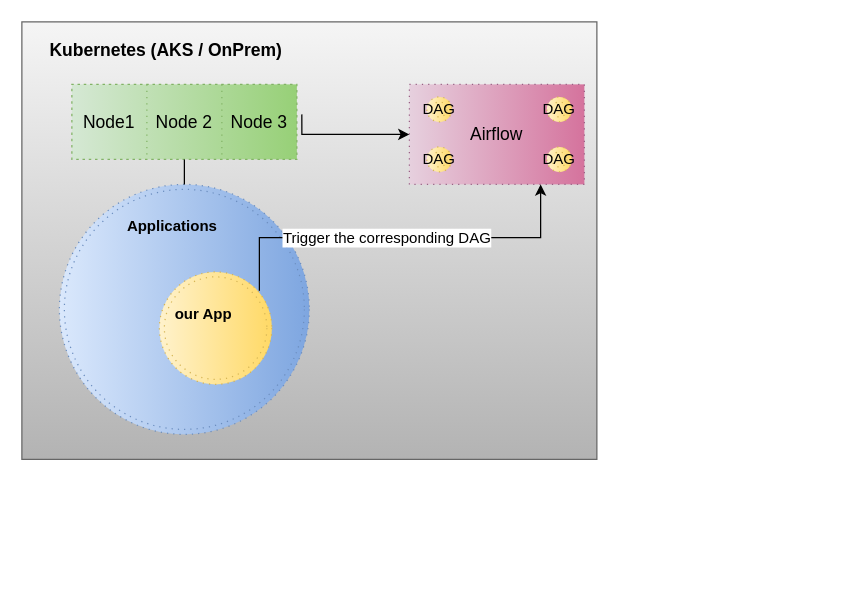
The draw.io diagram autoheal_k8s.drawio in nuthankumar/drawio, before the edit. Source tidied: cells renumbered, new cells numbered last; positions are measured from the earlier drawing's top-left corner, leaving out a move shared by most shapes. Both pictures are drawn from the tidied source at 125%, with x=0, y=0 at pixel (21, 21).
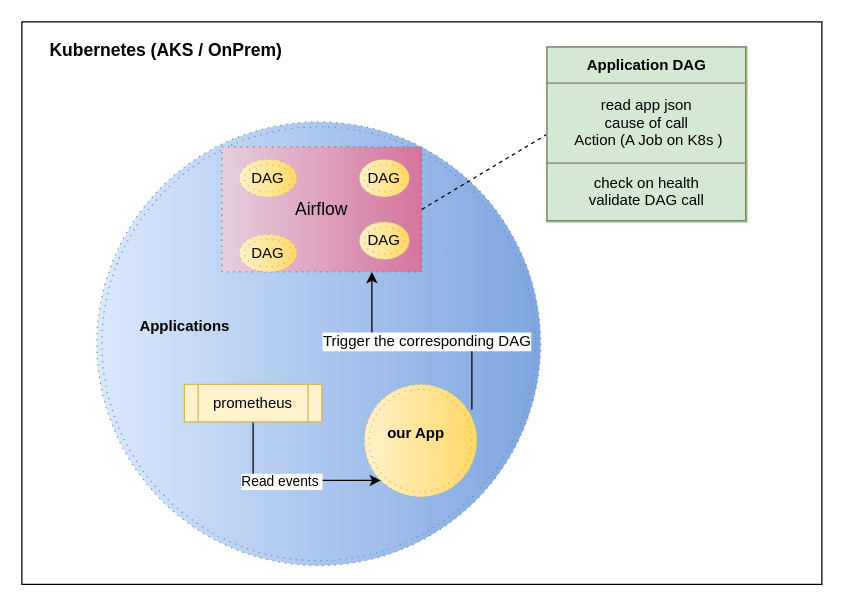
Above is the later version.

The change refers to these unchanged cells:
```xml
<mxCell id="18" style="edgeStyle=orthogonalEdgeStyle;rounded=0;jettySize=auto;html=1;exitX=1;exitY=0;exitDx=0;exitDy=0;entryX=0.75;entryY=1;entryDx=0;entryDy=0;fontSize=12;" parent="1" edge="1" source="20" target="4">
  <mxGeometry relative="1" as="geometry" />
</mxCell>
```

Diff of the diagram source:
```diff
@@
-    <mxCell id="2" style="rounded=0;whiteSpace=wrap;html=1;fillColor=#f5f5f5;strokeColor=#666666;gradientColor=#b3b3b3;" parent="1" vertex="1">
-      <mxGeometry width="460" height="350" as="geometry" />
+    <mxCell id="2" style="rounded=0;whiteSpace=wrap;html=1;" parent="1" vertex="1">
+      <mxGeometry width="640" height="450" as="geometry" />
     </mxCell>
+    <mxCell id="15" style="ellipse;shape=doubleEllipse;whiteSpace=wrap;html=1;dashed=1;dashPattern=1 4;fontSize=14;fillColor=#dae8fc;gradientColor=#7ea6e0;gradientDirection=east;strokeColor=#6c8ebf;" parent="1" vertex="1">
+      <mxGeometry x="60" y="80" width="355" height="355" as="geometry" />
+    </mxCell>
@@
     <mxCell id="4" value="Airflow" style="html=1;whiteSpace=wrap;dashed=1;dashPattern=1 4;fontSize=14;fillColor=#e6d0de;gradientColor=#d5739d;gradientDirection=east;strokeColor=#996185;" parent="1" vertex="1">
-      <mxGeometry x="310" y="50" width="140" height="80" as="geometry" />
+      <mxGeometry x="160" y="100" width="160" height="100" as="geometry" />
     </mxCell>
     <mxCell id="5" value="DAG" style="ellipse;shape=doubleEllipse;whiteSpace=wrap;html=1;dashed=1;dashPattern=1 4;fontSize=12;fillColor=#fff2cc;gradientColor=#ffd966;gradientDirection=east;strokeColor=#d6b656;" parent="4" vertex="1">
-      <mxGeometry x="14" y="50" width="20" height="20" as="geometry" />
+      <mxGeometry x="14" y="70" width="46" height="30" as="geometry" />
     </mxCell>
     <mxCell id="6" value="DAG" style="ellipse;shape=doubleEllipse;whiteSpace=wrap;html=1;dashed=1;dashPattern=1 4;fontSize=12;fillColor=#fff2cc;gradientColor=#ffd966;gradientDirection=east;strokeColor=#d6b656;" parent="4" vertex="1">
-      <mxGeometry x="14" y="10" width="20" height="20" as="geometry" />
+      <mxGeometry x="14" y="10" width="46" height="30" as="geometry" />
     </mxCell>
     <mxCell id="7" value="DAG" style="ellipse;shape=doubleEllipse;whiteSpace=wrap;html=1;dashed=1;dashPattern=1 4;fontSize=12;fillColor=#fff2cc;gradientColor=#ffd966;gradientDirection=east;strokeColor=#d6b656;" parent="4" vertex="1">
-      <mxGeometry x="110" y="50" width="20" height="20" as="geometry" />
+      <mxGeometry x="110" y="60" width="40" height="30" as="geometry" />
     </mxCell>
     <mxCell id="8" value="DAG" style="ellipse;shape=doubleEllipse;whiteSpace=wrap;html=1;dashed=1;dashPattern=1 4;fontSize=12;fillColor=#fff2cc;gradientColor=#ffd966;gradientDirection=east;strokeColor=#d6b656;" parent="4" vertex="1">
-      <mxGeometry x="110" y="10" width="20" height="20" as="geometry" />
+      <mxGeometry x="110" y="10" width="40" height="30" as="geometry" />
     </mxCell>
-    <mxCell id="9" style="edgeStyle=orthogonalEdgeStyle;rounded=0;jettySize=auto;html=1;fontSize=12;entryX=0;entryY=0.5;entryDx=0;entryDy=0;exitX=1.022;exitY=0.4;exitDx=0;exitDy=0;exitPerimeter=0;" parent="1" edge="1" source="11" target="4">
-      <mxGeometry relative="1" as="geometry">
-        <Array as="points">
-          <mxPoint x="224" y="90" />
-        </Array>
-      </mxGeometry>
-    </mxCell>
-    <mxCell id="10" style="shape=table;html=1;whiteSpace=wrap;startSize=0;childLayout=tableLayout;dashed=1;dashPattern=1 4;fontSize=14;fillColor=#d5e8d4;gradientColor=#97d077;gradientDirection=east;strokeColor=#82b366;" parent="1" vertex="1">
-      <mxGeometry x="40" y="50" width="180" height="60" as="geometry" />
-    </mxCell>
-    <mxCell id="11" style="shape=tableRow;horizontal=0;startSize=0;swimlaneHead=0;swimlaneBody=0;top=0;left=0;bottom=0;right=0;fillColor=none;points=[[0,0.5],[1,0.5]];portConstraint=eastwest;dashed=1;dashPattern=1 4;fontSize=14;" parent="10" vertex="1">
-      <mxGeometry width="180" height="60" as="geometry" />
-    </mxCell>
-    <mxCell id="12" value="Node1" style="shape=partialRectangle;html=1;whiteSpace=wrap;fillColor=none;top=0;left=0;bottom=0;right=0;overflow=hidden;dashed=1;dashPattern=1 4;fontSize=14;" parent="11" vertex="1">
-      <mxGeometry width="60" height="60" as="geometry" />
-    </mxCell>
-    <mxCell id="13" value="Node 2" style="shape=partialRectangle;html=1;whiteSpace=wrap;fillColor=none;top=0;left=0;bottom=0;right=0;overflow=hidden;dashed=1;dashPattern=1 4;fontSize=14;" parent="11" vertex="1">
-      <mxGeometry x="60" width="60" height="60" as="geometry" />
-    </mxCell>
-    <mxCell id="14" value="Node 3" style="shape=partialRectangle;html=1;whiteSpace=wrap;fillColor=none;top=0;left=0;bottom=0;right=0;overflow=hidden;dashed=1;dashPattern=1 4;fontSize=14;" parent="11" vertex="1">
-      <mxGeometry x="120" width="60" height="60" as="geometry" />
-    </mxCell>
-    <mxCell id="15" style="ellipse;shape=doubleEllipse;whiteSpace=wrap;html=1;dashed=1;dashPattern=1 4;fontSize=14;fillColor=#dae8fc;gradientColor=#7ea6e0;gradientDirection=east;strokeColor=#6c8ebf;" parent="1" vertex="1">
-      <mxGeometry x="30" y="130" width="200" height="200" as="geometry" />
-    </mxCell>
     <mxCell id="16" style="ellipse;shape=doubleEllipse;whiteSpace=wrap;html=1;dashed=1;dashPattern=1 4;fontSize=14;fillColor=#fff2cc;gradientColor=#ffd966;gradientDirection=east;strokeColor=#d6b656;" parent="1" vertex="1">
-      <mxGeometry x="110" y="200" width="90" height="90" as="geometry" />
+      <mxGeometry x="274" y="290" width="90" height="90" as="geometry" />
     </mxCell>
     <mxCell id="17" value="&lt;font style=&quot;font-size: 12px&quot;&gt;Applications&lt;/font&gt;" style="text;strokeColor=none;fillColor=none;html=1;fontSize=24;fontStyle=1;verticalAlign=middle;align=center;dashed=1;dashPattern=1 4;" parent="1" vertex="1">
-      <mxGeometry x="80" y="150" width="80" height="20" as="geometry" />
+      <mxGeometry x="90" y="230" width="80" height="20" as="geometry" />
     </mxCell>
@@
     <mxCell id="19" value="Trigger the corresponding DAG" style="edgeLabel;html=1;align=center;verticalAlign=middle;fontSize=12;" parent="18" vertex="1">
-      <mxGeometry x="-0.07" relative="1" as="geometry" />
+      <mxGeometry x="-0.07" relative="1" as="geometry">
+        <mxPoint x="-4" as="offset" />
+      </mxGeometry>
     </mxCell>
     <mxCell id="20" value="&lt;span style=&quot;font-size: 12px&quot;&gt;our App&lt;/span&gt;" style="text;strokeColor=none;fillColor=none;html=1;fontSize=24;fontStyle=1;verticalAlign=middle;align=center;dashed=1;dashPattern=1 4;" parent="1" vertex="1">
-      <mxGeometry x="100" y="215" width="90" height="30" as="geometry" />
+      <mxGeometry x="270" y="310" width="90" height="30" as="geometry" />
     </mxCell>
-    <mxCell id="21" style="endArrow=none;html=1;rounded=0;fontSize=12;exitX=0.5;exitY=0;exitDx=0;exitDy=0;" parent="1" edge="1" source="15">
-      <mxGeometry relative="1" as="geometry">
-        <mxPoint x="130" y="110" as="targetPoint" />
-      </mxGeometry>
-    </mxCell>
+    <mxCell id="22" style="edgeStyle=orthogonalEdgeStyle;rounded=0;orthogonalLoop=1;jettySize=auto;html=1;exitX=0.5;exitY=1;exitDx=0;exitDy=0;" parent="1" edge="1" source="17" target="17">
+      <mxGeometry relative="1" as="geometry" />
+    </mxCell>
+    <mxCell id="23" style="edgeStyle=orthogonalEdgeStyle;rounded=0;jettySize=auto;html=1;exitX=0.5;exitY=1;exitDx=0;exitDy=0;entryX=0;entryY=1;entryDx=0;entryDy=0;" parent="1" edge="1" source="25" target="16">
+      <mxGeometry relative="1" as="geometry" />
+    </mxCell>
+    <mxCell id="24" value="Read events&amp;nbsp;" style="edgeLabel;html=1;align=center;verticalAlign=middle;" parent="23" vertex="1">
+      <mxGeometry x="-0.08" y="-1" relative="1" as="geometry" />
+    </mxCell>
+    <mxCell id="25" value="prometheus" style="shape=process;whiteSpace=wrap;html=1;backgroundOutline=1;fillColor=#fff2cc;strokeColor=#d6b656;" parent="1" vertex="1">
+      <mxGeometry x="130" y="290" width="110" height="30" as="geometry" />
+    </mxCell>
+    <mxCell id="26" style="endArrow=none;dashed=1;html=1;rounded=0;entryX=0;entryY=0.5;entryDx=0;entryDy=0;exitX=1;exitY=0.5;exitDx=0;exitDy=0;" parent="1" edge="1" source="4" target="27">
+      <mxGeometry relative="1" as="geometry" />
+    </mxCell>
+    <mxCell id="27" value="&lt;table border=&quot;1&quot; width=&quot;100%&quot; cellpadding=&quot;4&quot; style=&quot;width: 100% ; height: 100% ; border-collapse: collapse&quot;&gt;&lt;tbody&gt;&lt;tr&gt;&lt;th align=&quot;center&quot;&gt;Application DAG&lt;/th&gt;&lt;/tr&gt;&lt;tr&gt;&lt;td align=&quot;center&quot;&gt;read app json&lt;br&gt;cause of call&lt;br&gt;&amp;nbsp;Action (A Job on K8s )&lt;/td&gt;&lt;/tr&gt;&lt;tr&gt;&lt;td align=&quot;center&quot;&gt;check on health&lt;br&gt;validate DAG call&lt;/td&gt;&lt;/tr&gt;&lt;/tbody&gt;&lt;/table&gt;" style="text;html=1;strokeColor=#82b366;fillColor=#d5e8d4;overflow=fill;" parent="1" vertex="1">
+      <mxGeometry x="420" y="20" width="160" height="140" as="geometry" />
+    </mxCell>
```
